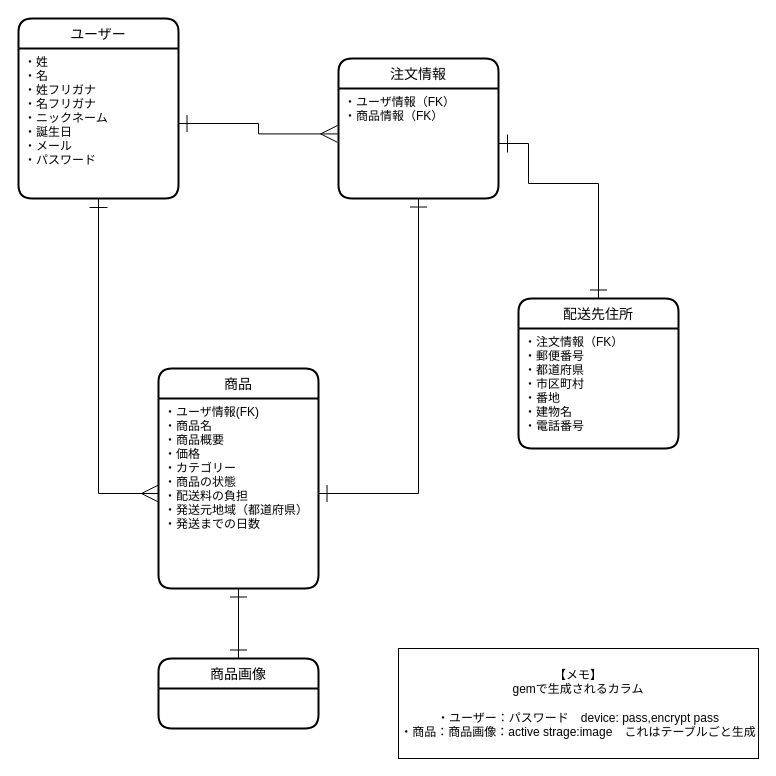
onigiricororin/furima-29104 keeps this draw.io diagram as DB.dio. Above is the earlier version. Source tidied: cells renumbered, new cells numbered last; positions are measured from the earlier drawing's top-left corner, leaving out a move shared by most shapes. Both pictures are drawn from the tidied source at 100%, with x=0, y=0 at pixel (18, 18).
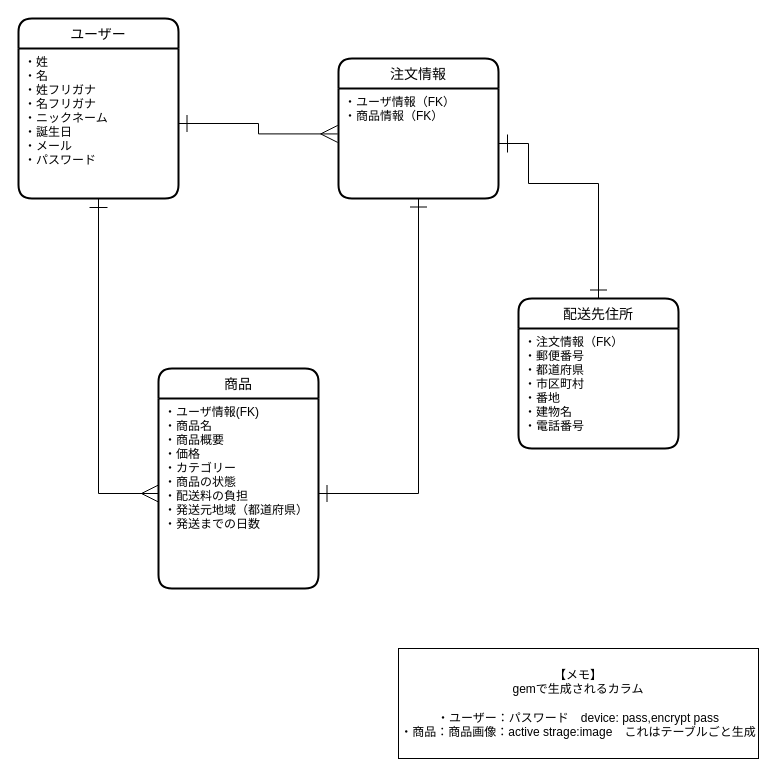
The same page after the edit.

Commit message (it also covers changes not shown here):
コントローラー修正　index

Unchanged cells that the change refers to:
```xml
<mxCell id="6" value="・ユーザ情報(FK)&#10;・商品名&#10;・商品概要&#10;・価格&#10;・カテゴリー&#10;・商品の状態&#10;・配送料の負担&#10;・発送元地域（都道府県）&#10;・発送までの日数" style="align=left;strokeColor=none;fillColor=none;spacingLeft=4;fontSize=12;verticalAlign=top;" parent="5" vertex="1">
  <mxGeometry y="30" width="160" height="190" as="geometry" />
</mxCell>
```

Change to the diagram source:
```diff
@@
-    <mxCell id="17" value="商品画像" style="swimlane;horizontal=1;startSize=30;rounded=1;fontSize=14;fontStyle=0;strokeWidth=2;shadow=0;dashed=0;align=center;" parent="1" vertex="1">
-      <mxGeometry x="140" y="640" width="160" height="70" as="geometry" />
-    </mxCell>
-    <mxCell id="18" style="edgeStyle=orthogonalEdgeStyle;rounded=0;jettySize=auto;html=1;startArrow=ERone;startFill=0;endArrow=ERone;endFill=0;strokeWidth=1;endSize=15;startSize=15;entryX=0.5;entryY=1;entryDx=0;entryDy=0;exitX=0.5;exitY=0;exitDx=0;exitDy=0;" parent="1" edge="1" source="17" target="6">
-      <mxGeometry relative="1" as="geometry" />
-    </mxCell>
```
